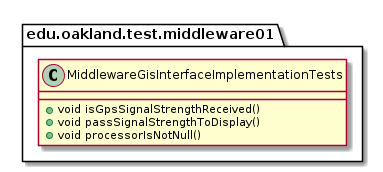
The PlantUML diagram docs/uml-class-diagrams/middleware01/test/MiddlewareGisInterfaceImplementationTests/MiddlewareGisInterfaceImplementationTests.png in andrewdimmer/csi-3370-software-project, before a commit. The source it was exported from:
```plantuml
@startuml MiddlewareGisInterfaceImplementationTests

package edu.oakland.test.middleware01 {
  class MiddlewareGisInterfaceImplementationTests {
    + void isGpsSignalStrengthReceived()
    + void passSignalStrengthToDisplay()
    + void processorIsNotNull()
  }
}

@enduml
```
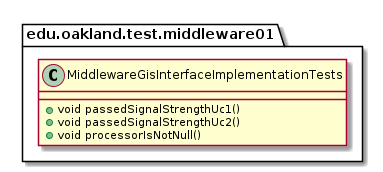
The same file after the commit.

The edit, as a diff of the source:
```diff
@@ -2,8 +2,8 @@
 
 package edu.oakland.test.middleware01 {
   class MiddlewareGisInterfaceImplementationTests {
-    + void isGpsSignalStrengthReceived()
-    + void passSignalStrengthToDisplay()
+    + void passedSignalStrengthUc1()
+    + void passedSignalStrengthUc2()
     + void processorIsNotNull()
   }
 }
```
